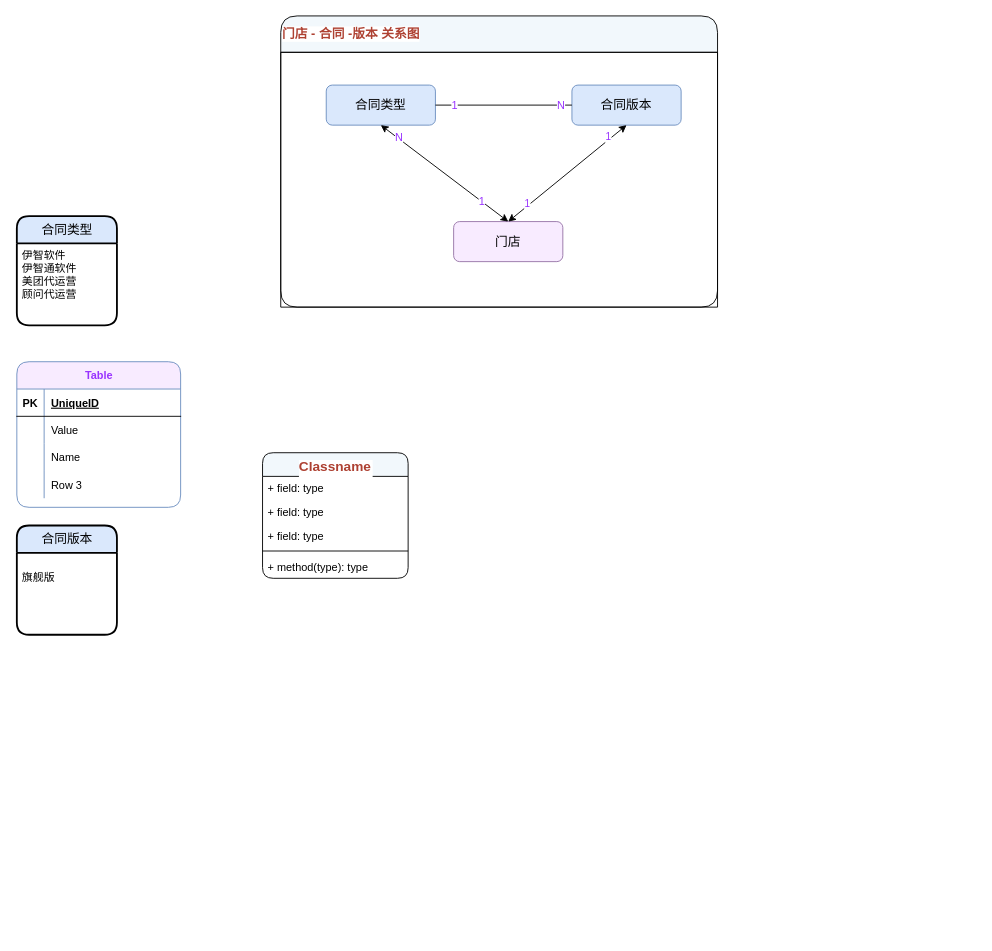
Before: page "门店 - 合同关系" (2 of 2) of YZOA.drawio in yangbe/diagrams, a draw.io diagram. Source tidied: cells renumbered, new cells numbered last; positions are measured from the earlier drawing's top-left corner, leaving out a move shared by most shapes. Both pictures are drawn from the tidied source at 91%, with x=0, y=0 at pixel (16, 15).
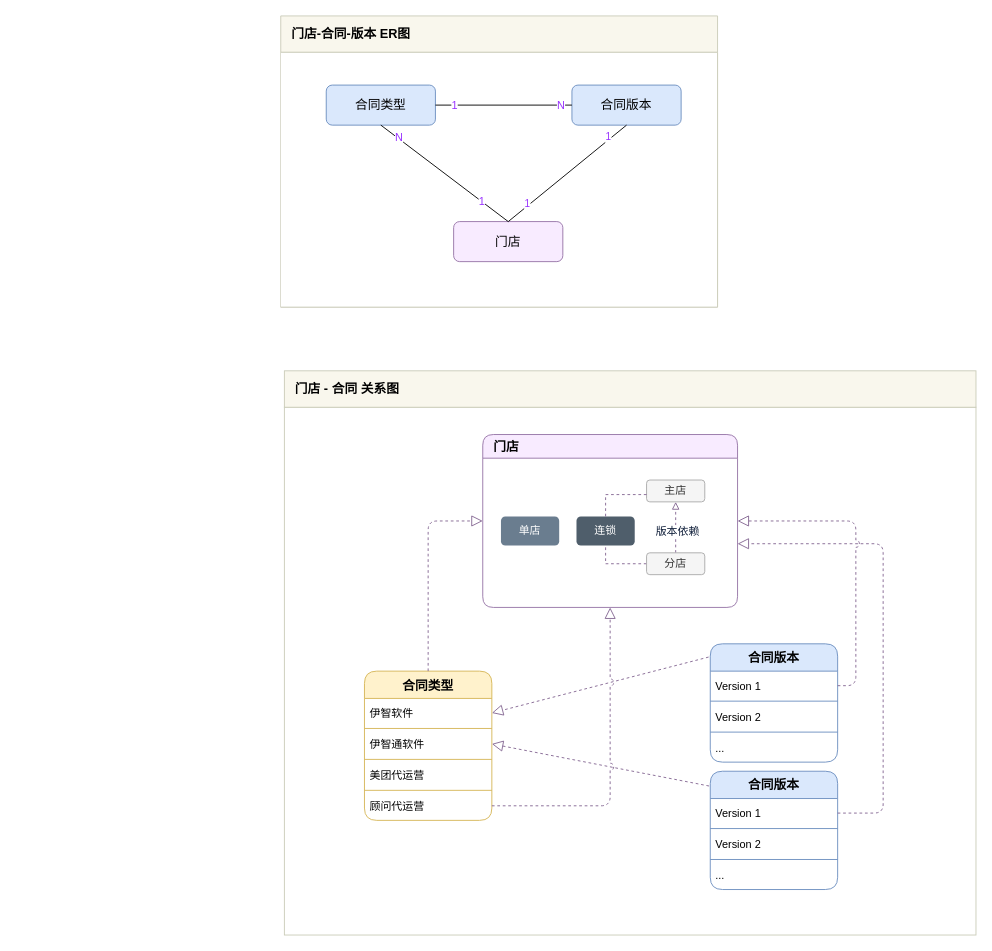
Above is the later version.

Unchanged cells that the change refers to:
```xml
<mxCell id="22" value="合同版本" style="rounded=1;whiteSpace=wrap;html=1;fillColor=#dae8fc;strokeColor=#6c8ebf;fontSize=14;" parent="21" vertex="1">
  <mxGeometry x="320" y="36" width="120" height="44" as="geometry" />
</mxCell>
<mxCell id="23" value="合同类型" style="rounded=1;whiteSpace=wrap;html=1;fillColor=#dae8fc;strokeColor=#6c8ebf;fontSize=14;" parent="21" vertex="1">
  <mxGeometry x="50" y="36" width="120" height="44" as="geometry" />
</mxCell>
<mxCell id="24" value="门店" style="rounded=1;whiteSpace=wrap;html=1;strokeColor=#9673a6;fontSize=14;fillColor=#F8EBFF;" parent="21" vertex="1">
  <mxGeometry x="190" y="186" width="120" height="44" as="geometry" />
</mxCell>
```

The edit, as a diff of the source:
```diff
@@
-    <mxCell id="2" value="合同类型" style="swimlane;horizontal=1;startSize=30;rounded=1;fontSize=14;fontStyle=0;strokeWidth=2;shadow=0;dashed=0;align=center;glass=0;fillColor=#dae8fc;html=1;" parent="1" vertex="1">
-      <mxGeometry y="220" width="110" height="120" as="geometry" />
-    </mxCell>
-    <mxCell id="3" value="伊智软件&#10;伊智通软件&#10;美团代运营&#10;顾问代运营" style="align=left;strokeColor=none;fillColor=none;spacingLeft=4;fontSize=12;verticalAlign=top;" parent="2" vertex="1">
-      <mxGeometry y="30" width="110" height="90" as="geometry" />
-    </mxCell>
-    <mxCell id="4" value="合同版本" style="swimlane;horizontal=1;startSize=30;rounded=1;fontSize=14;fontStyle=0;strokeWidth=2;shadow=0;dashed=0;align=center;glass=0;fillColor=#dae8fc;html=1;" parent="1" vertex="1">
-      <mxGeometry y="560" width="110" height="120" as="geometry" />
-    </mxCell>
-    <mxCell id="5" style="edgeStyle=none;rounded=0;jettySize=auto;html=1;startArrow=classic;startFill=1;startSize=6;endArrow=none;endFill=0;endSize=6;fontSize=12;fontColor=#9933FF;" parent="4" edge="1" source="6" target="4">
-      <mxGeometry relative="1" as="geometry" />
-    </mxCell>
-    <mxCell id="6" value="&#10;旗舰版" style="align=left;strokeColor=none;fillColor=none;spacingLeft=4;fontSize=12;verticalAlign=top;" parent="4" vertex="1">
-      <mxGeometry y="30" width="110" height="90" as="geometry" />
-    </mxCell>
-    <mxCell id="7" value="Table" style="shape=table;startSize=30;childLayout=tableLayout;rowLines=0;fontStyle=1;align=center;rounded=1;shadow=0;glass=0;strokeColor=#6c8ebf;strokeWidth=1;fillColor=#F8EBFF;fontSize=12;fontColor=#9933FF;html=1;" parent="1" vertex="1">
-      <mxGeometry y="380" width="180" height="160" as="geometry" />
-    </mxCell>
-    <mxCell id="8" style="shape=partialRectangle;fillColor=none;top=0;left=0;bottom=1;right=0;" parent="7" vertex="1">
-      <mxGeometry y="30" width="180" height="30" as="geometry" />
-    </mxCell>
-    <mxCell id="9" value="PK" style="shape=partialRectangle;fillColor=none;top=0;left=0;bottom=0;right=0;fontStyle=1;overflow=hidden;" parent="8" vertex="1">
-      <mxGeometry width="30" height="30" as="geometry" />
-    </mxCell>
-    <mxCell id="10" value="UniqueID" style="shape=partialRectangle;fillColor=none;top=0;left=0;bottom=0;right=0;align=left;spacingLeft=6;fontStyle=5;overflow=hidden;" parent="8" vertex="1">
-      <mxGeometry x="30" width="150" height="30" as="geometry" />
-    </mxCell>
-    <mxCell id="11" style="shape=partialRectangle;fillColor=none;top=0;left=0;bottom=0;right=0;" parent="7" vertex="1">
-      <mxGeometry y="60" width="180" height="30" as="geometry" />
-    </mxCell>
-    <mxCell id="12" style="shape=partialRectangle;fillColor=none;top=0;left=0;bottom=0;right=0;overflow=hidden;" parent="11" vertex="1">
-      <mxGeometry width="30" height="30" as="geometry" />
-    </mxCell>
-    <mxCell id="13" value="Value" style="shape=partialRectangle;fillColor=none;top=0;left=0;bottom=0;right=0;align=left;spacingLeft=6;overflow=hidden;" parent="11" vertex="1">
-      <mxGeometry x="30" width="150" height="30" as="geometry" />
-    </mxCell>
-    <mxCell id="14" style="shape=partialRectangle;fillColor=none;top=0;left=0;bottom=0;right=0;" parent="7" vertex="1">
-      <mxGeometry y="90" width="180" height="30" as="geometry" />
-    </mxCell>
-    <mxCell id="15" style="shape=partialRectangle;fillColor=none;top=0;left=0;bottom=0;right=0;overflow=hidden;" parent="14" vertex="1">
-      <mxGeometry width="30" height="30" as="geometry" />
-    </mxCell>
-    <mxCell id="16" value="Name" style="shape=partialRectangle;fillColor=none;top=0;left=0;bottom=0;right=0;align=left;spacingLeft=6;overflow=hidden;" parent="14" vertex="1">
-      <mxGeometry x="30" width="150" height="30" as="geometry" />
-    </mxCell>
-    <mxCell id="17" style="shape=partialRectangle;fillColor=none;top=0;left=0;bottom=0;right=0;" parent="7" vertex="1">
-      <mxGeometry y="120" width="180" height="30" as="geometry" />
-    </mxCell>
-    <mxCell id="18" style="shape=partialRectangle;fillColor=none;top=0;left=0;bottom=0;right=0;overflow=hidden;" parent="17" vertex="1">
-      <mxGeometry width="30" height="30" as="geometry" />
-    </mxCell>
-    <mxCell id="19" value="Row 3" style="shape=partialRectangle;fillColor=none;top=0;left=0;bottom=0;right=0;align=left;spacingLeft=6;overflow=hidden;" parent="17" vertex="1">
-      <mxGeometry x="30" width="150" height="30" as="geometry" />
-    </mxCell>
-    <mxCell id="20" value="门店 - 合同 -版本 关系图" style="swimlane;html=1;horizontal=1;startSize=40;rounded=1;glass=0;labelBackgroundColor=#ffffff;strokeColor=#000000;fillColor=#F2F8FC;fontSize=14;fontColor=#AE4132;align=left;" parent="1" vertex="1">
+    <mxCell id="20" value="门店-合同-版本 ER图" style="swimlane;html=1;horizontal=1;startSize=40;rounded=0;glass=0;labelBackgroundColor=none;strokeColor=#CACCB9;fillColor=#f9f7ed;fontSize=14;align=left;spacingLeft=10;fontColor=#000000;" parent="1" vertex="1">
       <mxGeometry x="290" width="480" height="320" as="geometry" />
     </mxCell>
-    <mxCell id="21" style="swimlane;html=1;startSize=0;horizontal=0;" parent="20" vertex="1">
+    <mxCell id="21" style="swimlane;html=1;startSize=0;horizontal=0;rounded=0;fontSize=14;align=left;strokeColor=#CACCB9;fillColor=#f9f7ed;glass=0;spacingLeft=10;swimlaneFillColor=#ffffff;" parent="20" vertex="1">
       <mxGeometry y="40" width="480" height="280" as="geometry" />
     </mxCell>
@@
-    <mxCell id="28" style="rounded=0;jettySize=auto;html=1;fontSize=14;startArrow=classic;startFill=1;endArrow=classic;endFill=1;endSize=6;startSize=6;entryX=0.5;entryY=0;entryDx=0;entryDy=0;exitX=0.5;exitY=1;exitDx=0;exitDy=0;fontColor=#007FFF;" parent="21" edge="1" source="23" target="24">
+    <mxCell id="28" style="rounded=0;jettySize=auto;html=1;fontSize=14;startArrow=none;startFill=0;endArrow=none;endFill=0;endSize=6;startSize=6;entryX=0.5;entryY=0;entryDx=0;entryDy=0;exitX=0.5;exitY=1;exitDx=0;exitDy=0;fontColor=#007FFF;" parent="21" edge="1" source="23" target="24">
       <mxGeometry relative="1" as="geometry" />
     </mxCell>
@@
-    <mxCell id="31" style="edgeStyle=none;rounded=0;jettySize=auto;html=1;exitX=0.5;exitY=1;exitDx=0;exitDy=0;entryX=0.5;entryY=0;entryDx=0;entryDy=0;startArrow=classic;startFill=1;startSize=6;endArrow=classic;endFill=1;endSize=6;fontSize=14;fontColor=#007FFF;" parent="21" edge="1" source="22" target="24">
+    <mxCell id="31" style="edgeStyle=none;rounded=0;jettySize=auto;html=1;exitX=0.5;exitY=1;exitDx=0;exitDy=0;entryX=0.5;entryY=0;entryDx=0;entryDy=0;startArrow=none;startFill=0;startSize=6;endArrow=none;endFill=0;endSize=6;fontSize=14;fontColor=#007FFF;" parent="21" edge="1" source="22" target="24">
       <mxGeometry relative="1" as="geometry" />
     </mxCell>
@@
-    <mxCell id="34" value="Classname" style="swimlane;fontStyle=1;align=center;verticalAlign=top;horizontal=1;startSize=26;rounded=1;glass=0;labelBackgroundColor=#ffffff;strokeColor=#000000;fillColor=#F2F8FC;fontSize=15;fontColor=#AE4132;" parent="1" vertex="1">
-      <mxGeometry x="270" y="480" width="160" height="138" as="geometry" />
-    </mxCell>
-    <mxCell id="35" value="+ field: type" style="text;strokeColor=none;fillColor=none;align=left;verticalAlign=top;spacingLeft=4;spacingRight=4;overflow=hidden;" parent="34" vertex="1">
-      <mxGeometry y="26" width="160" height="26" as="geometry" />
-    </mxCell>
-    <mxCell id="36" value="+ field: type" style="text;strokeColor=none;fillColor=none;align=left;verticalAlign=top;spacingLeft=4;spacingRight=4;overflow=hidden;" parent="34" vertex="1">
-      <mxGeometry y="52" width="160" height="26" as="geometry" />
-    </mxCell>
-    <mxCell id="37" value="+ field: type" style="text;strokeColor=none;fillColor=none;align=left;verticalAlign=top;spacingLeft=4;spacingRight=4;overflow=hidden;" parent="34" vertex="1">
-      <mxGeometry y="78" width="160" height="26" as="geometry" />
-    </mxCell>
-    <mxCell id="38" style="line;strokeWidth=1;fillColor=none;align=left;verticalAlign=middle;spacingTop=-1;spacingLeft=3;spacingRight=3;labelPosition=right;" parent="34" vertex="1">
-      <mxGeometry y="104" width="160" height="8" as="geometry" />
-    </mxCell>
-    <mxCell id="39" value="+ method(type): type" style="text;strokeColor=none;fillColor=none;align=left;verticalAlign=top;spacingLeft=4;spacingRight=4;overflow=hidden;" parent="34" vertex="1">
-      <mxGeometry y="112" width="160" height="26" as="geometry" />
-    </mxCell>
+    <mxCell id="40" style="group;" parent="1" vertex="1">
+      <mxGeometry x="294" y="390" width="760" height="620" as="geometry" />
+    </mxCell>
+    <mxCell id="41" style="rounded=0;whiteSpace=wrap;html=1;glass=0;labelBackgroundColor=none;comic=0;sketch=0;strokeColor=#CACCB9;fillColor=#ffffff;fontSize=18;fontColor=#0E1D38;align=left;" parent="40" vertex="1">
+      <mxGeometry y="40" width="760" height="580" as="geometry" />
+    </mxCell>
+    <mxCell id="42" value="门店 - 合同 关系图" style="rounded=0;whiteSpace=wrap;html=1;glass=0;labelBackgroundColor=none;strokeColor=#CACCB9;fillColor=#f9f7ed;fontSize=14;fontColor=#000000;align=left;fontStyle=1;spacingLeft=10;startSize=40;" parent="40" vertex="1">
+      <mxGeometry width="760" height="40" as="geometry" />
+    </mxCell>
+    <mxCell id="2" value="合同类型" style="swimlane;fontStyle=1;align=center;verticalAlign=middle;horizontal=1;startSize=30;rounded=1;glass=0;labelBackgroundColor=none;strokeColor=#d6b656;fillColor=#fff2cc;fontSize=14;" parent="40" vertex="1">
+      <mxGeometry x="88" y="330" width="140" height="164" as="geometry" />
+    </mxCell>
+    <mxCell id="43" value="伊智软件" style="text;strokeColor=none;fillColor=none;align=left;verticalAlign=middle;spacingLeft=4;spacingRight=4;overflow=hidden;points=[[0,0.5],[1,0.5]];portConstraint=eastwest;" parent="2" vertex="1">
+      <mxGeometry y="30" width="140" height="32" as="geometry" />
+    </mxCell>
+    <mxCell id="44" style="line;strokeWidth=1;fillColor=none;align=left;verticalAlign=middle;spacingTop=-1;spacingLeft=3;spacingRight=3;labelPosition=right;strokeColor=#D6B656;" parent="2" vertex="1">
+      <mxGeometry y="62" width="140" height="2" as="geometry" />
+    </mxCell>
+    <mxCell id="45" value="伊智通软件" style="text;strokeColor=none;fillColor=none;align=left;verticalAlign=middle;spacingLeft=4;spacingRight=4;overflow=hidden;points=[[0,0.5],[1,0.5]];portConstraint=eastwest;" parent="2" vertex="1">
+      <mxGeometry y="64" width="140" height="32" as="geometry" />
+    </mxCell>
+    <mxCell id="46" style="line;strokeWidth=1;fillColor=none;align=left;verticalAlign=middle;spacingTop=-1;spacingLeft=3;spacingRight=3;labelPosition=right;strokeColor=#D6B656;" parent="2" vertex="1">
+      <mxGeometry y="96" width="140" height="2" as="geometry" />
+    </mxCell>
+    <mxCell id="47" value="美团代运营" style="text;strokeColor=none;fillColor=none;align=left;verticalAlign=middle;spacingLeft=4;spacingRight=4;overflow=hidden;" parent="2" vertex="1">
+      <mxGeometry y="98" width="140" height="32" as="geometry" />
+    </mxCell>
+    <mxCell id="48" style="line;strokeWidth=1;fillColor=none;align=left;verticalAlign=middle;spacingTop=-1;spacingLeft=3;spacingRight=3;labelPosition=right;strokeColor=#D6B656;" parent="2" vertex="1">
+      <mxGeometry y="130" width="140" height="2" as="geometry" />
+    </mxCell>
+    <mxCell id="49" value="顾问代运营" style="text;strokeColor=none;fillColor=none;align=left;verticalAlign=middle;spacingLeft=4;spacingRight=4;overflow=hidden;points=[[0,0.5],[1,0.5]];portConstraint=eastwest;" parent="2" vertex="1">
+      <mxGeometry y="132" width="140" height="32" as="geometry" />
+    </mxCell>
+    <mxCell id="50" style="rounded=1;jumpStyle=arc;jumpSize=8;jettySize=auto;html=1;exitX=-0.013;exitY=0.112;exitDx=0;exitDy=0;dashed=1;startArrow=none;startFill=0;startSize=10;endArrow=block;endFill=0;endSize=10;strokeColor=#836591;fontSize=12;fontColor=#0E1D38;exitPerimeter=0;entryX=1;entryY=0.5;entryDx=0;entryDy=0;align=left;verticalAlign=bottom;" parent="40" edge="1" source="51" target="43">
+      <mxGeometry x="-22" y="-10" as="geometry" />
+    </mxCell>
+    <mxCell id="51" value="合同版本" style="swimlane;fontStyle=1;align=center;verticalAlign=top;horizontal=1;startSize=30;rounded=1;glass=0;labelBackgroundColor=none;strokeColor=#6c8ebf;fillColor=#dae8fc;fontSize=14;" parent="40" vertex="1">
+      <mxGeometry x="468" y="300" width="140" height="130" as="geometry" />
+    </mxCell>
+    <mxCell id="52" value="Version 1" style="text;strokeColor=none;fillColor=none;align=left;verticalAlign=middle;spacingLeft=4;spacingRight=4;overflow=hidden;points=[[0,0.5],[1,0.5]];portConstraint=eastwest;" parent="51" vertex="1">
+      <mxGeometry y="30" width="140" height="32" as="geometry" />
+    </mxCell>
+    <mxCell id="53" style="line;strokeWidth=1;fillColor=none;align=left;verticalAlign=middle;spacingTop=-1;spacingLeft=3;spacingRight=3;labelPosition=right;strokeColor=#6C8EBF;" parent="51" vertex="1">
+      <mxGeometry y="62" width="140" height="2" as="geometry" />
+    </mxCell>
+    <mxCell id="54" value="Version 2" style="text;strokeColor=none;fillColor=none;align=left;verticalAlign=middle;spacingLeft=4;spacingRight=4;overflow=hidden;" parent="51" vertex="1">
+      <mxGeometry y="64" width="140" height="32" as="geometry" />
+    </mxCell>
+    <mxCell id="55" style="line;strokeWidth=1;fillColor=none;align=left;verticalAlign=middle;spacingTop=-1;spacingLeft=3;spacingRight=3;labelPosition=right;strokeColor=#6C8EBF;" parent="51" vertex="1">
+      <mxGeometry y="96" width="140" height="2" as="geometry" />
+    </mxCell>
+    <mxCell id="56" value="..." style="text;strokeColor=none;fillColor=none;align=left;verticalAlign=middle;spacingLeft=4;spacingRight=4;overflow=hidden;" parent="51" vertex="1">
+      <mxGeometry y="98" width="140" height="32" as="geometry" />
+    </mxCell>
+    <mxCell id="57" value="门店" style="swimlane;rounded=1;labelBackgroundColor=none;strokeColor=#9673a6;fillColor=#F8EBFF;fontSize=14;fontColor=#000000;align=left;startSize=26;spacingLeft=10;" parent="40" vertex="1">
+      <mxGeometry x="218" y="70" width="280" height="190" as="geometry" />
+    </mxCell>
+    <mxCell id="58" value="连锁" style="rounded=1;whiteSpace=wrap;html=1;fontSize=12;glass=0;strokeWidth=1;shadow=0;fillColor=#4F5E6B;fontColor=#ffffff;strokeColor=none;" parent="57" vertex="1">
+      <mxGeometry x="103" y="90" width="64" height="32" as="geometry" />
+    </mxCell>
+    <mxCell id="59" value="单店" style="rounded=1;whiteSpace=wrap;html=1;fontSize=12;glass=0;strokeWidth=1;shadow=0;fillColor=#6A7D8F;fontColor=#ffffff;strokeColor=none;" parent="57" vertex="1">
+      <mxGeometry x="20" y="90" width="64" height="32" as="geometry" />
+    </mxCell>
+    <mxCell id="60" style="rounded=0;jettySize=auto;html=1;exitX=0.5;exitY=0;exitDx=0;exitDy=0;entryX=0.5;entryY=1;entryDx=0;entryDy=0;dashed=1;endArrow=block;endFill=0;strokeColor=#836591;fontSize=14;fontColor=#0E1D38;edgeStyle=orthogonalEdgeStyle;" parent="57" edge="1" source="63" target="64">
+      <mxGeometry relative="1" as="geometry" />
+    </mxCell>
+    <mxCell id="61" value="版本依赖" style="edgeLabel;html=1;align=center;verticalAlign=middle;fontSize=12;fontColor=#0E1D38;" parent="60" vertex="1">
+      <mxGeometry x="-0.16" y="-1" relative="1" as="geometry" />
+    </mxCell>
+    <mxCell id="62" style="edgeStyle=orthogonalEdgeStyle;rounded=0;jumpStyle=arc;jumpSize=8;jettySize=auto;html=1;dashed=1;startArrow=none;startFill=0;endArrow=none;endFill=0;strokeColor=#836591;fontSize=12;fontColor=#0E1D38;" parent="57" edge="1" source="63" target="58">
+      <mxGeometry relative="1" as="geometry" />
+    </mxCell>
+    <mxCell id="63" value="分店" style="rounded=1;whiteSpace=wrap;html=1;fontSize=12;glass=0;strokeWidth=1;shadow=0;fillColor=#f5f5f5;fontColor=#333333;strokeColor=#ABABAB;" parent="57" vertex="1">
+      <mxGeometry x="180" y="130" width="64" height="24" as="geometry" />
+    </mxCell>
+    <mxCell id="64" value="主店" style="rounded=1;whiteSpace=wrap;html=1;fontSize=12;glass=0;strokeWidth=1;shadow=0;fillColor=#f5f5f5;fontColor=#333333;strokeColor=#ABABAB;" parent="57" vertex="1">
+      <mxGeometry x="180" y="50" width="64" height="24" as="geometry" />
+    </mxCell>
+    <mxCell id="65" style="edgeStyle=orthogonalEdgeStyle;rounded=0;jumpStyle=arc;jumpSize=8;jettySize=auto;html=1;dashed=1;startArrow=none;startFill=0;endArrow=none;endFill=0;strokeColor=#836591;fontSize=12;fontColor=#0E1D38;entryX=0.5;entryY=0;entryDx=0;entryDy=0;" parent="57" edge="1" source="64" target="58">
+      <mxGeometry relative="1" as="geometry">
+        <Array as="points">
+          <mxPoint x="135" y="66" />
+        </Array>
+      </mxGeometry>
+    </mxCell>
+    <mxCell id="66" style="rounded=1;jettySize=auto;html=1;exitX=0.5;exitY=0;exitDx=0;exitDy=0;entryX=0;entryY=0.5;entryDx=0;entryDy=0;endArrow=block;strokeColor=#836591;fontSize=12;fontColor=#0E1D38;jumpStyle=arc;jumpSize=8;dashed=1;startArrow=none;startFill=0;edgeStyle=orthogonalEdgeStyle;align=left;verticalAlign=bottom;endSize=10;startSize=10;endFill=0;" parent="40" edge="1" source="2" target="57">
+      <mxGeometry x="-22" y="-10" as="geometry" />
+    </mxCell>
+    <mxCell id="67" style="edgeStyle=none;rounded=1;jumpStyle=arc;jumpSize=8;jettySize=auto;html=1;exitX=-0.009;exitY=0.125;exitDx=0;exitDy=0;dashed=1;startArrow=none;startFill=0;startSize=10;endArrow=block;endFill=0;endSize=10;strokeColor=#836591;fontSize=12;fontColor=#0E1D38;align=left;verticalAlign=bottom;exitPerimeter=0;entryX=1;entryY=0.5;entryDx=0;entryDy=0;" parent="40" edge="1" source="68" target="45">
+      <mxGeometry x="-22" y="-10" as="geometry" />
+    </mxCell>
+    <mxCell id="68" value="合同版本" style="swimlane;fontStyle=1;align=center;verticalAlign=top;horizontal=1;startSize=30;rounded=1;glass=0;labelBackgroundColor=none;strokeColor=#6c8ebf;fillColor=#dae8fc;fontSize=14;" parent="40" vertex="1">
+      <mxGeometry x="468" y="440" width="140" height="130" as="geometry" />
+    </mxCell>
+    <mxCell id="69" value="Version 1" style="text;strokeColor=none;fillColor=none;align=left;verticalAlign=middle;spacingLeft=4;spacingRight=4;overflow=hidden;points=[[0,0.5],[1,0.5]];portConstraint=eastwest;" parent="68" vertex="1">
+      <mxGeometry y="30" width="140" height="32" as="geometry" />
+    </mxCell>
+    <mxCell id="70" style="line;strokeWidth=1;fillColor=none;align=left;verticalAlign=middle;spacingTop=-1;spacingLeft=3;spacingRight=3;labelPosition=right;strokeColor=#6C8EBF;" parent="68" vertex="1">
+      <mxGeometry y="62" width="140" height="2" as="geometry" />
+    </mxCell>
+    <mxCell id="71" value="Version 2" style="text;strokeColor=none;fillColor=none;align=left;verticalAlign=middle;spacingLeft=4;spacingRight=4;overflow=hidden;" parent="68" vertex="1">
+      <mxGeometry y="64" width="140" height="32" as="geometry" />
+    </mxCell>
+    <mxCell id="72" style="line;strokeWidth=1;fillColor=none;align=left;verticalAlign=middle;spacingTop=-1;spacingLeft=3;spacingRight=3;labelPosition=right;strokeColor=#6C8EBF;" parent="68" vertex="1">
+      <mxGeometry y="96" width="140" height="2" as="geometry" />
+    </mxCell>
+    <mxCell id="73" value="..." style="text;strokeColor=none;fillColor=none;align=left;verticalAlign=middle;spacingLeft=4;spacingRight=4;overflow=hidden;" parent="68" vertex="1">
+      <mxGeometry y="98" width="140" height="32" as="geometry" />
+    </mxCell>
+    <mxCell id="74" style="edgeStyle=orthogonalEdgeStyle;rounded=1;jettySize=auto;html=1;endArrow=block;strokeColor=#836591;fontSize=12;fontColor=#0E1D38;jumpStyle=arc;jumpSize=8;dashed=1;align=left;verticalAlign=bottom;endSize=10;startFill=0;startArrow=none;startSize=10;endFill=0;" parent="40" edge="1" source="69">
+      <mxGeometry x="-22" y="-10" as="geometry">
+        <mxPoint x="498" y="190" as="targetPoint" />
+        <Array as="points">
+          <mxPoint x="658" y="486" />
+          <mxPoint x="658" y="190" />
+        </Array>
+      </mxGeometry>
+    </mxCell>
+    <mxCell id="75" style="rounded=1;jettySize=auto;html=1;exitX=1;exitY=0.5;exitDx=0;exitDy=0;entryX=1;entryY=0.5;entryDx=0;entryDy=0;endArrow=block;strokeColor=#836591;fontSize=12;fontColor=#0E1D38;edgeStyle=orthogonalEdgeStyle;jumpStyle=arc;jumpSize=8;dashed=1;align=left;verticalAlign=bottom;endSize=10;startFill=0;startArrow=none;startSize=10;endFill=0;" parent="40" edge="1" source="52" target="57">
+      <mxGeometry x="-22" y="-10" as="geometry" />
+    </mxCell>
+    <mxCell id="76" style="edgeStyle=orthogonalEdgeStyle;rounded=1;jettySize=auto;html=1;exitX=1;exitY=0.5;exitDx=0;exitDy=0;entryX=0.5;entryY=1;entryDx=0;entryDy=0;endArrow=block;strokeColor=#836591;fontSize=12;fontColor=#0E1D38;jumpStyle=arc;jumpSize=8;dashed=1;align=left;verticalAlign=bottom;endSize=10;startFill=0;startArrow=none;startSize=10;endFill=0;" parent="40" edge="1" source="49" target="57">
+      <mxGeometry x="-22" y="-10" as="geometry" />
+    </mxCell>
```
